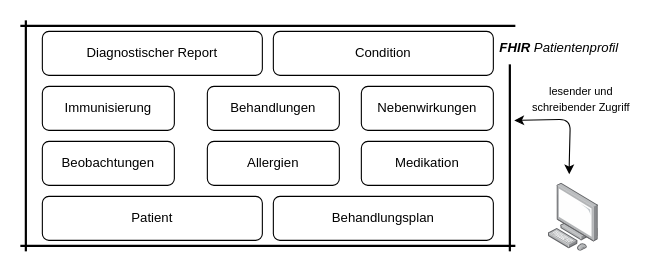
Earlier version of the draw.io diagram fhirprofil.drawio (jsachau/drawio). Source tidied: cells renumbered, new cells numbered last; positions are measured from the earlier drawing's top-left corner, leaving out a move shared by most shapes. Both pictures are drawn from the tidied source at 110%, with x=0, y=0 at pixel (20, 20).
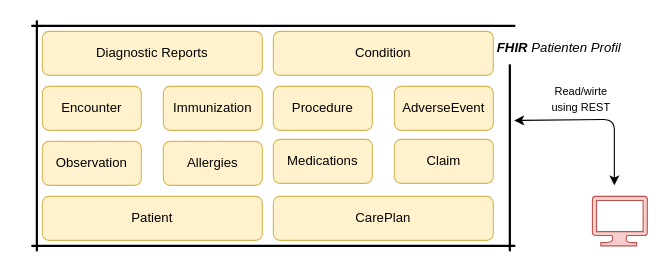
After the change.

The change refers to these unchanged cells:
```xml
<mxCell id="13" style="line;strokeWidth=2;direction=south;html=1;" parent="1" vertex="1">
  <mxGeometry x="440" y="40" width="10" height="170" as="geometry" />
</mxCell>
```

The edit, as a diff of the source:
```diff
@@
-    <mxCell id="2" value="Diagnostischer Report" style="rounded=1;whiteSpace=wrap;html=1;" parent="1" vertex="1">
+    <mxCell id="2" value="Diagnostic Reports" style="rounded=1;whiteSpace=wrap;html=1;fillColor=#fff2cc;strokeColor=#d6b656;" parent="1" vertex="1">
       <mxGeometry x="20" y="10" width="200" height="40" as="geometry" />
     </mxCell>
-    <mxCell id="3" value="Condition" style="rounded=1;whiteSpace=wrap;html=1;" parent="1" vertex="1">
+    <mxCell id="3" value="Condition" style="rounded=1;whiteSpace=wrap;html=1;fillColor=#fff2cc;strokeColor=#d6b656;" parent="1" vertex="1">
       <mxGeometry x="230" y="10" width="200" height="40" as="geometry" />
     </mxCell>
-    <mxCell id="4" value="Immunisierung" style="rounded=1;whiteSpace=wrap;html=1;" parent="1" vertex="1">
-      <mxGeometry x="20" y="60" width="120" height="40" as="geometry" />
+    <mxCell id="4" value="Encounter" style="rounded=1;whiteSpace=wrap;html=1;fillColor=#fff2cc;strokeColor=#d6b656;" parent="1" vertex="1">
+      <mxGeometry x="20" y="60" width="90" height="40" as="geometry" />
     </mxCell>
-    <mxCell id="5" value="Behandlungen" style="rounded=1;whiteSpace=wrap;html=1;" parent="1" vertex="1">
-      <mxGeometry x="170" y="60" width="120" height="40" as="geometry" />
+    <mxCell id="5" value="Procedure" style="rounded=1;whiteSpace=wrap;html=1;fillColor=#fff2cc;strokeColor=#d6b656;" parent="1" vertex="1">
+      <mxGeometry x="230" y="60" width="90" height="40" as="geometry" />
     </mxCell>
-    <mxCell id="6" value="Nebenwirkungen" style="rounded=1;whiteSpace=wrap;html=1;" parent="1" vertex="1">
-      <mxGeometry x="310" y="60" width="120" height="40" as="geometry" />
+    <mxCell id="6" value="AdverseEvent" style="rounded=1;whiteSpace=wrap;html=1;fillColor=#fff2cc;strokeColor=#d6b656;" parent="1" vertex="1">
+      <mxGeometry x="340" y="60" width="90" height="40" as="geometry" />
     </mxCell>
-    <mxCell id="7" value="Beobachtungen" style="rounded=1;whiteSpace=wrap;html=1;" parent="1" vertex="1">
-      <mxGeometry x="20" y="110" width="120" height="40" as="geometry" />
+    <mxCell id="7" value="Observation" style="rounded=1;whiteSpace=wrap;html=1;fillColor=#fff2cc;strokeColor=#d6b656;" parent="1" vertex="1">
+      <mxGeometry x="20" y="110" width="90" height="40" as="geometry" />
     </mxCell>
-    <mxCell id="8" value="Allergien" style="rounded=1;whiteSpace=wrap;html=1;" parent="1" vertex="1">
-      <mxGeometry x="170" y="110" width="120" height="40" as="geometry" />
+    <mxCell id="8" value="Allergies" style="rounded=1;whiteSpace=wrap;html=1;fillColor=#fff2cc;strokeColor=#d6b656;" parent="1" vertex="1">
+      <mxGeometry x="130" y="110" width="90" height="40" as="geometry" />
     </mxCell>
-    <mxCell id="9" value="Medikation" style="rounded=1;whiteSpace=wrap;html=1;" parent="1" vertex="1">
-      <mxGeometry x="310" y="110" width="120" height="40" as="geometry" />
+    <mxCell id="9" value="Medications" style="rounded=1;whiteSpace=wrap;html=1;fillColor=#fff2cc;strokeColor=#d6b656;" parent="1" vertex="1">
+      <mxGeometry x="230" y="108.2" width="90" height="40" as="geometry" />
     </mxCell>
-    <mxCell id="10" value="Patient" style="rounded=1;whiteSpace=wrap;html=1;" parent="1" vertex="1">
+    <mxCell id="10" value="Patient" style="rounded=1;whiteSpace=wrap;html=1;fillColor=#fff2cc;strokeColor=#d6b656;" parent="1" vertex="1">
       <mxGeometry x="20" y="160" width="200" height="40" as="geometry" />
     </mxCell>
-    <mxCell id="11" value="Behandlungsplan" style="rounded=1;whiteSpace=wrap;html=1;" parent="1" vertex="1">
+    <mxCell id="11" value="CarePlan" style="rounded=1;whiteSpace=wrap;html=1;fillColor=#fff2cc;strokeColor=#d6b656;" parent="1" vertex="1">
       <mxGeometry x="230" y="160" width="200" height="40" as="geometry" />
     </mxCell>
     <mxCell id="12" style="line;strokeWidth=2;direction=south;html=1;" parent="1" vertex="1">
-      <mxGeometry width="10" height="210" as="geometry" />
+      <mxGeometry x="10" width="10" height="210" as="geometry" />
     </mxCell>
@@
     <mxCell id="14" style="line;strokeWidth=2;html=1;" parent="1" vertex="1">
-      <mxGeometry width="450" height="10" as="geometry" />
+      <mxGeometry x="10" width="440" height="10" as="geometry" />
     </mxCell>
     <mxCell id="15" style="line;strokeWidth=2;html=1;" parent="1" vertex="1">
-      <mxGeometry y="200" width="450" height="10" as="geometry" />
+      <mxGeometry x="10" y="200" width="440" height="10" as="geometry" />
     </mxCell>
-    <mxCell id="16" value="&lt;i&gt;&lt;b&gt;FHIR&lt;/b&gt; Patientenprofil&lt;/i&gt;" style="text;html=1;strokeColor=none;fillColor=none;align=center;verticalAlign=middle;whiteSpace=wrap;rounded=0;" parent="1" vertex="1">
+    <mxCell id="16" value="&lt;i&gt;&lt;b&gt;FHIR&lt;/b&gt; Patienten Profil&lt;/i&gt;" style="text;html=1;strokeColor=none;fillColor=none;align=center;verticalAlign=middle;whiteSpace=wrap;rounded=0;" parent="1" vertex="1">
       <mxGeometry x="420" width="140" height="50" as="geometry" />
     </mxCell>
-    <mxCell id="17" style="html=1;align=center;shadow=0;dashed=0;image;image=img/lib/allied_telesis/computer_and_terminals/Personal_Computer.svg;" parent="1" vertex="1">
-      <mxGeometry x="480" y="148.2" width="45.6" height="61.8" as="geometry" />
-    </mxCell>
     <mxCell id="18" style="endArrow=classic;startArrow=classic;html=1;exitX=0.3;exitY=0.1;exitDx=0;exitDy=0;exitPerimeter=0;" parent="1" edge="1" source="13">
       <mxGeometry relative="1" as="geometry">
-        <mxPoint x="499" y="140" as="targetPoint" />
+        <mxPoint x="540" y="150" as="targetPoint" />
         <Array as="points">
-          <mxPoint x="500" y="90" />
-          <mxPoint x="499" y="130" />
+          <mxPoint x="540" y="90" />
         </Array>
       </mxGeometry>
     </mxCell>
-    <mxCell id="19" value="&lt;font style=&quot;font-size: 10px&quot;&gt;lesender und schreibender Zugriff&lt;/font&gt;" style="text;html=1;strokeColor=none;fillColor=none;align=center;verticalAlign=middle;whiteSpace=wrap;rounded=0;" parent="1" vertex="1">
+    <mxCell id="19" value="&lt;font style=&quot;font-size: 10px&quot;&gt;Read/wirte&lt;br&gt;using REST&lt;br&gt;&lt;/font&gt;" style="text;html=1;strokeColor=none;fillColor=none;align=center;verticalAlign=middle;whiteSpace=wrap;rounded=0;" parent="1" vertex="1">
       <mxGeometry x="460" y="70" width="100" as="geometry" />
     </mxCell>
+    <mxCell id="20" value="Immunization" style="rounded=1;whiteSpace=wrap;html=1;fillColor=#fff2cc;strokeColor=#d6b656;" parent="1" vertex="1">
+      <mxGeometry x="130" y="60" width="90" height="40" as="geometry" />
+    </mxCell>
+    <mxCell id="21" value="Claim" style="rounded=1;whiteSpace=wrap;html=1;fillColor=#fff2cc;strokeColor=#d6b656;" parent="1" vertex="1">
+      <mxGeometry x="340" y="108.2" width="90" height="40" as="geometry" />
+    </mxCell>
+    <mxCell id="22" style="verticalLabelPosition=bottom;html=1;verticalAlign=top;align=center;strokeColor=#b85450;fillColor=#f8cecc;shape=mxgraph.azure.computer;" parent="1" vertex="1">
+      <mxGeometry x="520" y="160" width="50" height="45" as="geometry" />
+    </mxCell>
```
